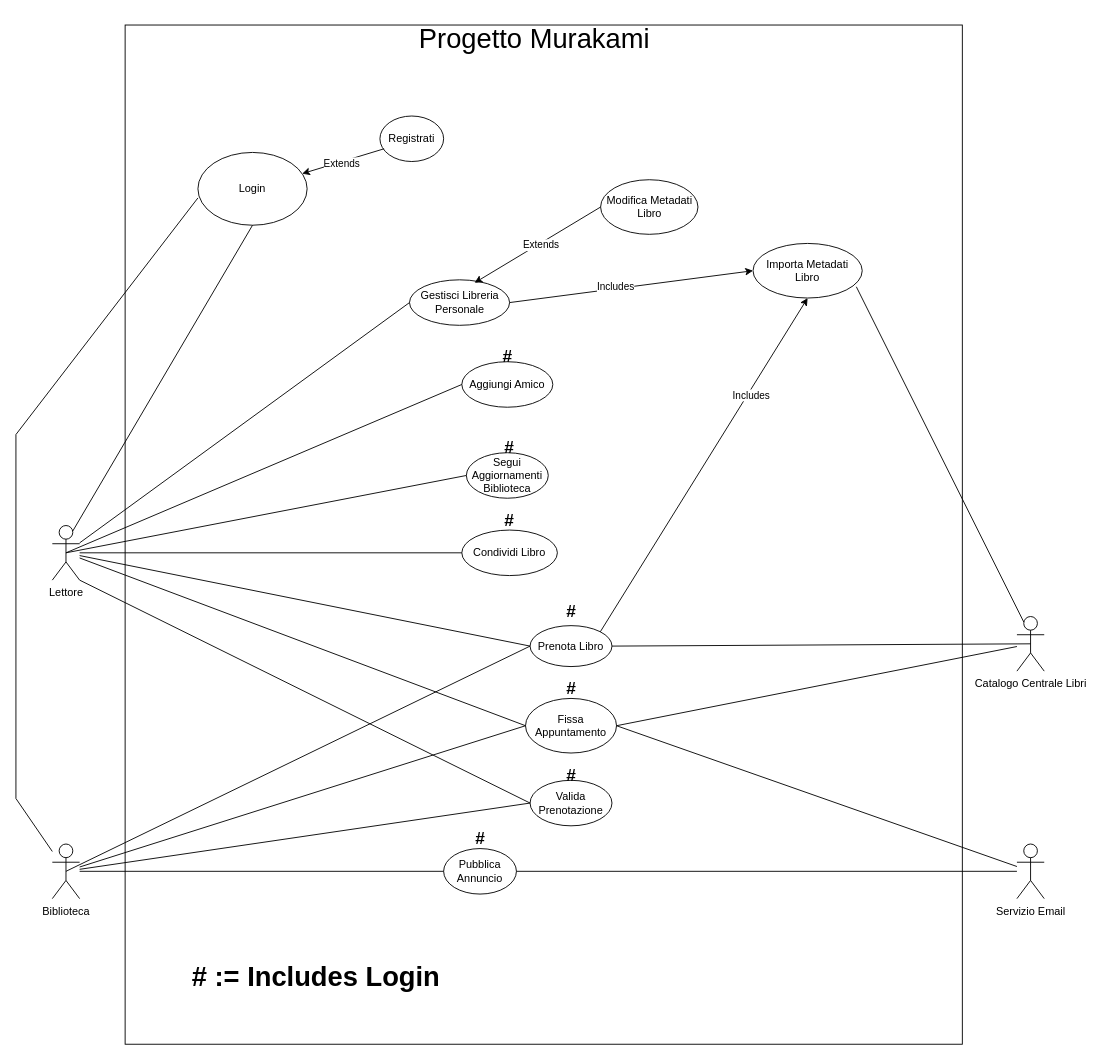
Above: page "UC Diagram Attuale" (1 of 2) of Casi d'uso/Diagrammi/Diagramma casi d'uso.drawio in Tom-n7/progettoMurakami (draw.io), before the change. Source tidied: cells renumbered, new cells numbered last; positions are measured from the earlier drawing's top-left corner, leaving out a move shared by most shapes. Both pictures are drawn from the tidied source at 91%, with x=0, y=0 at pixel (15, 15).
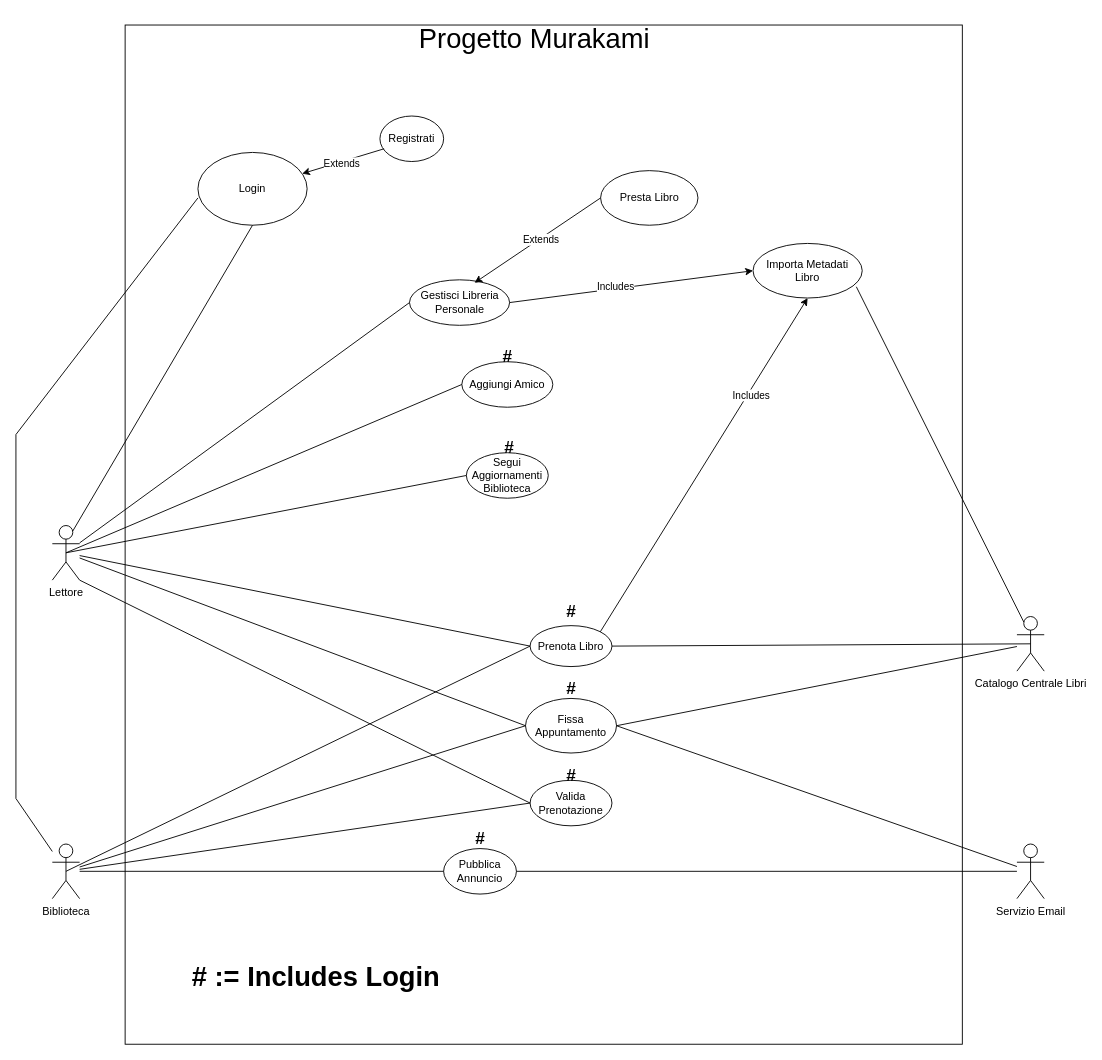
Above is the later version.

The change refers to these unchanged cells:
```xml
<mxCell id="3" value="&lt;div&gt;Lettore&lt;/div&gt;&lt;div&gt;&lt;br&gt;&lt;/div&gt;" style="shape=umlActor;verticalLabelPosition=bottom;verticalAlign=top;html=1;outlineConnect=0;" parent="1" vertex="1">
  <mxGeometry x="40" y="560" width="30" height="60" as="geometry" />
</mxCell>
```

Diff of the diagram source:
```diff
@@
-    <mxCell id="10" value="Condividi Libro" style="ellipse;whiteSpace=wrap;html=1;" parent="1" vertex="1">
-      <mxGeometry x="490" y="565" width="105" height="50" as="geometry" />
-    </mxCell>
-    <mxCell id="11" style="endArrow=none;html=1;rounded=0;entryX=0;entryY=0.5;entryDx=0;entryDy=0;" parent="1" edge="1" source="3" target="10">
-      <mxGeometry relative="1" as="geometry" />
-    </mxCell>
@@
-    <mxCell id="28" value="&lt;b&gt;&lt;font style=&quot;font-size: 19px;&quot;&gt;#&lt;/font&gt;&lt;/b&gt;" style="text;html=1;whiteSpace=wrap;strokeColor=none;fillColor=none;align=center;verticalAlign=middle;rounded=0;" parent="1" vertex="1">
-      <mxGeometry x="510" y="550" width="65" height="10" as="geometry" />
-    </mxCell>
@@
-    <mxCell id="47" value="Modifica Metadati Libro" style="ellipse;whiteSpace=wrap;html=1;" parent="1" vertex="1">
-      <mxGeometry x="642.5" y="180" width="107" height="60" as="geometry" />
+    <mxCell id="47" value="Presta Libro" style="ellipse;whiteSpace=wrap;html=1;" parent="1" vertex="1">
+      <mxGeometry x="642.5" y="170" width="107" height="60" as="geometry" />
     </mxCell>
```
